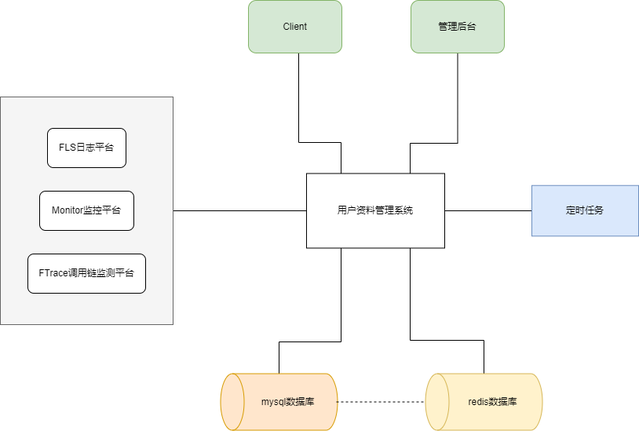
The draw.io diagram Mini项目-系统架构.drawio.png in Sakura367/diagrams, before a commit. Source tidied: cells renumbered, new cells last; positions are measured from the earlier drawing's top-left corner, leaving out a move shared by most shapes.
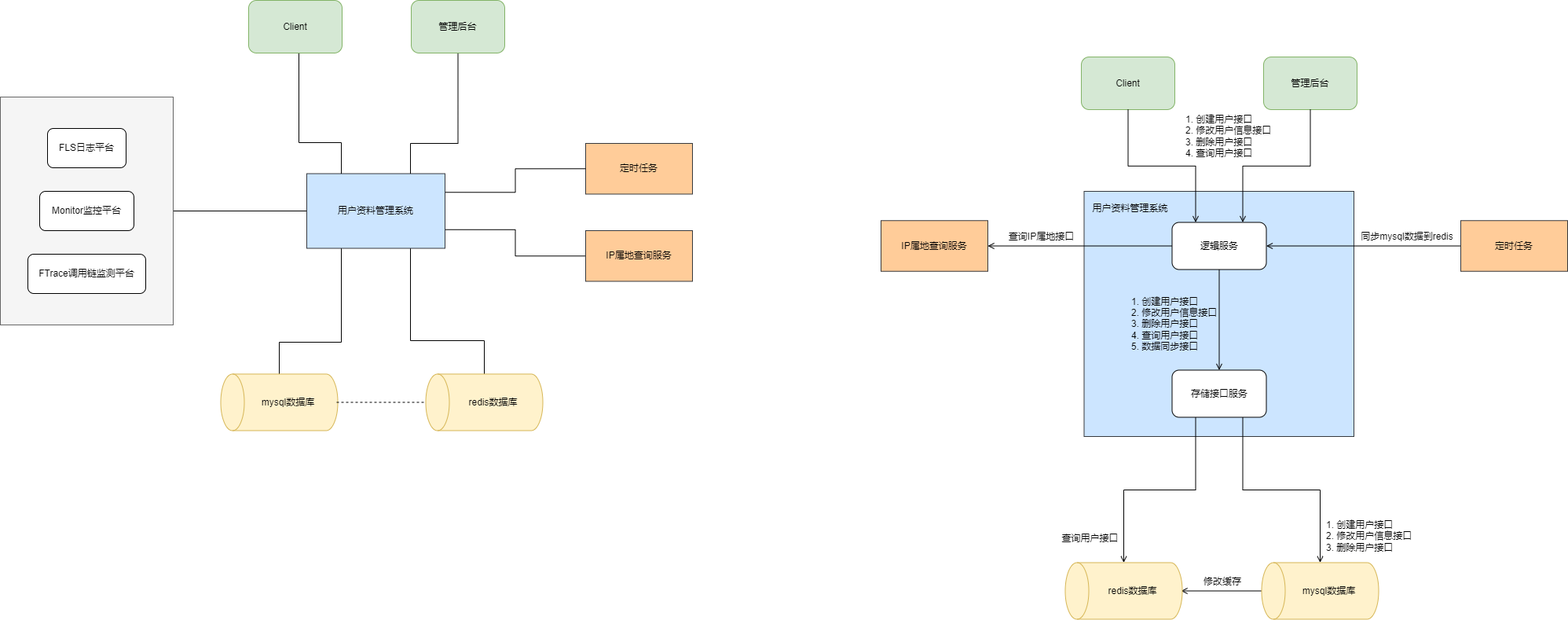
Later version of the same file.

Commit message:
更新Mini项目-系统架构.drawio.png

Change to the diagram source:
```diff
@@ -2,11 +2,11 @@
   <root>
     <mxCell id="0" />
     <mxCell id="1" parent="0" />
-    <mxCell id="2" style="edgeStyle=orthogonalEdgeStyle;rounded=0;jettySize=auto;html=1;exitX=0;exitY=0.5;exitDx=0;exitDy=0;endArrow=none;endFill=0;" parent="1" edge="1" source="3" target="7">
-      <mxGeometry relative="1" as="geometry" />
-    </mxCell>
+    <mxCell id="21" style="rounded=0;whiteSpace=wrap;html=1;fillColor=#cce5ff;strokeColor=#36393d;" parent="1" vertex="1">
+      <mxGeometry x="1379.5" y="243" width="343.5" height="312" as="geometry" />
+    </mxCell>
-    <mxCell id="3" value="定时任务" style="rounded=0;whiteSpace=wrap;html=1;fillColor=#dae8fc;strokeColor=#6c8ebf;" parent="1" vertex="1">
-      <mxGeometry x="677" y="235.8" width="136" height="64.5" as="geometry" />
+    <mxCell id="3" value="定时任务" style="rounded=0;whiteSpace=wrap;html=1;fillColor=#ffcc99;strokeColor=#36393d;" parent="1" vertex="1">
+      <mxGeometry x="745" y="182" width="136" height="64.5" as="geometry" />
     </mxCell>
     <mxCell id="4" style="rounded=0;jettySize=auto;html=1;exitX=0;exitY=0.5;exitDx=0;exitDy=0;endArrow=none;endFill=0;" parent="1" edge="1" source="7" target="8">
       <mxGeometry relative="1" as="geometry" />
@@ -27,7 +27,13 @@
         </Array>
       </mxGeometry>
     </mxCell>
+    <mxCell id="22" style="edgeStyle=orthogonalEdgeStyle;rounded=0;jettySize=auto;html=1;exitX=1;exitY=0.25;exitDx=0;exitDy=0;entryX=0;entryY=0.5;entryDx=0;entryDy=0;startArrow=none;startFill=0;endArrow=none;endFill=0;" parent="1" edge="1" source="7" target="3">
+      <mxGeometry relative="1" as="geometry" />
+    </mxCell>
+    <mxCell id="23" style="edgeStyle=orthogonalEdgeStyle;rounded=0;jettySize=auto;html=1;exitX=1;exitY=0.75;exitDx=0;exitDy=0;startArrow=none;startFill=0;endArrow=none;endFill=0;" parent="1" edge="1" source="7" target="40">
+      <mxGeometry relative="1" as="geometry" />
+    </mxCell>
-    <mxCell id="7" value="用户资料管理系统" style="rounded=0;whiteSpace=wrap;html=1;" parent="1" vertex="1">
+    <mxCell id="7" value="用户资料管理系统" style="rounded=0;whiteSpace=wrap;html=1;fillColor=#cce5ff;strokeColor=#36393d;" parent="1" vertex="1">
       <mxGeometry x="390" y="220.5" width="176" height="95" as="geometry" />
     </mxCell>
     <mxCell id="8" style="rounded=0;whiteSpace=wrap;html=1;fillColor=#f5f5f5;fontColor=#333333;strokeColor=#666666;" parent="1" vertex="1">
@@ -53,7 +59,7 @@
     <mxCell id="13" value="Client" style="rounded=1;whiteSpace=wrap;html=1;fillColor=#d5e8d4;strokeColor=#82b366;" parent="1" vertex="1">
       <mxGeometry x="316" width="119" height="67" as="geometry" />
     </mxCell>
-    <mxCell id="14" style="shape=cylinder3;whiteSpace=wrap;html=1;boundedLbl=1;backgroundOutline=1;size=15;rotation=-90;align=left;fillColor=#ffe6cc;strokeColor=#d79b00;" parent="1" vertex="1">
+    <mxCell id="14" style="shape=cylinder3;whiteSpace=wrap;html=1;boundedLbl=1;backgroundOutline=1;size=15;rotation=-90;align=left;fillColor=#fff2cc;strokeColor=#d6b656;" parent="1" vertex="1">
       <mxGeometry x="319" y="437" width="72" height="149" as="geometry" />
     </mxCell>
     <mxCell id="15" style="edgeStyle=orthogonalEdgeStyle;rounded=0;jettySize=auto;html=1;exitX=1;exitY=0.5;exitDx=0;exitDy=0;entryX=0.5;entryY=0;entryDx=0;entryDy=0;entryPerimeter=0;endArrow=none;endFill=0;dashed=1;" parent="1" edge="1" source="16" target="17">
@@ -79,5 +85,86 @@
     <mxCell id="20" value="管理后台" style="rounded=1;whiteSpace=wrap;html=1;fillColor=#d5e8d4;strokeColor=#82b366;" parent="1" vertex="1">
       <mxGeometry x="523" width="119" height="67" as="geometry" />
     </mxCell>
+    <mxCell id="24" value="Client" style="rounded=1;whiteSpace=wrap;html=1;fillColor=#d5e8d4;strokeColor=#82b366;" parent="1" vertex="1">
+      <mxGeometry x="1376" y="72" width="119" height="67" as="geometry" />
+    </mxCell>
+    <mxCell id="25" style="edgeStyle=orthogonalEdgeStyle;rounded=0;jettySize=auto;html=1;exitX=0.5;exitY=0;exitDx=0;exitDy=0;exitPerimeter=0;entryX=1;entryY=0.5;entryDx=0;entryDy=0;startArrow=none;startFill=0;endArrow=open;endFill=0;" parent="1" edge="1" source="26" target="29">
+      <mxGeometry relative="1" as="geometry" />
+    </mxCell>
+    <mxCell id="26" style="shape=cylinder3;whiteSpace=wrap;html=1;boundedLbl=1;backgroundOutline=1;size=15;rotation=-90;align=left;fillColor=#fff2cc;strokeColor=#d6b656;" parent="1" vertex="1">
+      <mxGeometry x="1644" y="677" width="72" height="149" as="geometry" />
+    </mxCell>
+    <mxCell id="27" value="mysql数据库" style="text;html=1;strokeColor=none;fillColor=none;align=center;verticalAlign=middle;whiteSpace=wrap;rounded=0;" parent="1" vertex="1">
+      <mxGeometry x="1630" y="732.5" width="123" height="38" as="geometry" />
+    </mxCell>
+    <mxCell id="28" style="shape=cylinder3;whiteSpace=wrap;html=1;boundedLbl=1;backgroundOutline=1;size=15;rotation=-90;align=left;fillColor=#fff2cc;strokeColor=#d6b656;" parent="1" vertex="1">
+      <mxGeometry x="1394" y="677" width="72" height="149" as="geometry" />
+    </mxCell>
+    <mxCell id="29" value="redis数据库" style="text;html=1;strokeColor=none;fillColor=none;align=center;verticalAlign=middle;whiteSpace=wrap;rounded=0;" parent="1" vertex="1">
+      <mxGeometry x="1380" y="732.5" width="123" height="38" as="geometry" />
+    </mxCell>
+    <mxCell id="30" value="管理后台" style="rounded=1;whiteSpace=wrap;html=1;fillColor=#d5e8d4;strokeColor=#82b366;" parent="1" vertex="1">
+      <mxGeometry x="1608" y="72" width="119" height="67" as="geometry" />
+    </mxCell>
+    <mxCell id="31" style="edgeStyle=orthogonalEdgeStyle;rounded=0;jettySize=auto;html=1;exitX=0.75;exitY=0;exitDx=0;exitDy=0;entryX=0.5;entryY=1;entryDx=0;entryDy=0;startArrow=open;startFill=0;endArrow=none;endFill=0;" parent="1" edge="1" source="35" target="30">
+      <mxGeometry relative="1" as="geometry" />
+    </mxCell>
+    <mxCell id="32" style="edgeStyle=orthogonalEdgeStyle;rounded=0;jettySize=auto;html=1;exitX=0.25;exitY=0;exitDx=0;exitDy=0;startArrow=open;startFill=0;endArrow=none;endFill=0;" parent="1" edge="1" source="35" target="24">
+      <mxGeometry relative="1" as="geometry" />
+    </mxCell>
+    <mxCell id="33" style="edgeStyle=orthogonalEdgeStyle;rounded=0;jettySize=auto;html=1;exitX=0.5;exitY=1;exitDx=0;exitDy=0;startArrow=none;startFill=0;endArrow=open;endFill=0;" parent="1" edge="1" source="35" target="38">
+      <mxGeometry relative="1" as="geometry" />
+    </mxCell>
+    <mxCell id="34" style="edgeStyle=orthogonalEdgeStyle;rounded=0;jettySize=auto;html=1;exitX=0;exitY=0.5;exitDx=0;exitDy=0;entryX=1;entryY=0.5;entryDx=0;entryDy=0;fontColor=#000000;startArrow=none;startFill=0;endArrow=open;endFill=0;" parent="1" edge="1" source="35" target="47">
+      <mxGeometry relative="1" as="geometry" />
+    </mxCell>
+    <mxCell id="35" value="逻辑服务&lt;span style=&quot;color: rgba(0, 0, 0, 0); font-family: monospace; font-size: 0px; text-align: start;&quot;&gt;%3CmxGraphModel%3E%3Croot%3E%3CmxCell%20id%3D%220%22%2F%3E%3CmxCell%20id%3D%221%22%20parent%3D%220%22%2F%3E%3CmxCell%20id%3D%222%22%20style%3D%22edgeStyle%3DorthogonalEdgeStyle%3Brounded%3D0%3BorthogonalLoop%3D1%3BjettySize%3Dauto%3Bhtml%3D1%3BexitX%3D0%3BexitY%3D0.5%3BexitDx%3D0%3BexitDy%3D0%3BendArrow%3Dnone%3BendFill%3D0%3B%22%20edge%3D%221%22%20source%3D%223%22%20target%3D%227%22%20parent%3D%221%22%3E%3CmxGeometry%20relative%3D%221%22%20as%3D%22geometry%22%2F%3E%3C%2FmxCell%3E%3CmxCell%20id%3D%223%22%20value%3D%22%E5%AE%9A%E6%97%B6%E4%BB%BB%E5%8A%A1%22%20style%3D%22rounded%3D0%3BwhiteSpace%3Dwrap%3Bhtml%3D1%3BfillColor%3D%23dae8fc%3BstrokeColor%3D%236c8ebf%3B%22%20vertex%3D%221%22%20parent%3D%221%22%3E%3CmxGeometry%20x%3D%22777%22%20y%3D%22342.75%22%20width%3D%22136%22%20height%3D%2264.5%22%20as%3D%22geometry%22%2F%3E%3C%2FmxCell%3E%3CmxCell%20id%3D%224%22%20style%3D%22rounded%3D0%3BorthogonalLoop%3D1%3BjettySize%3Dauto%3Bhtml%3D1%3BexitX%3D0%3BexitY%3D0.5%3BexitDx%3D0%3BexitDy%3D0%3BendArrow%3Dnone%3BendFill%3D0%3B%22%20edge%3D%221%22%20source%3D%227%22%20target%3D%228%22%20parent%3D%221%22%3E%3CmxGeometry%20relative%3D%221%22%20as%3D%22geometry%22%2F%3E%3C%2FmxCell%3E%3CmxCell%20id%3D%225%22%20style%3D%22edgeStyle%3DorthogonalEdgeStyle%3Brounded%3D0%3BorthogonalLoop%3D1%3BjettySize%3Dauto%3Bhtml%3D1%3BexitX%3D0.75%3BexitY%3D1%3BexitDx%3D0%3BexitDy%3D0%3BentryX%3D1%3BentryY%3D0.5%3BentryDx%3D0%3BentryDy%3D0%3BentryPerimeter%3D0%3BendArrow%3Dnone%3BendFill%3D0%3B%22%20edge%3D%221%22%20source%3D%227%22%20target%3D%2217%22%20parent%3D%221%22%3E%3CmxGeometry%20relative%3D%221%22%20as%3D%22geometry%22%3E%3CArray%20as%3D%22points%22%3E%3CmxPoint%20x%3D%22622%22%20y%3D%22540%22%2F%3E%3CmxPoint%20x%3D%22716%22%20y%3D%22540%22%2F%3E%3C%2FArray%3E%3C%2FmxGeometry%3E%3C%2FmxCell%3E%3CmxCell%20id%3D%226%22%20style%3D%22edgeStyle%3DorthogonalEdgeStyle%3Brounded%3D0%3BorthogonalLoop%3D1%3BjettySize%3Dauto%3Bhtml%3D1%3BexitX%3D0.25%3BexitY%3D1%3BexitDx%3D0%3BexitDy%3D0%3BendArrow%3Dnone%3BendFill%3D0%3B%22%20edge%3D%221%22%20source%3D%227%22%20target%3D%2214%22%20parent%3D%221%22%3E%3CmxGeometry%20relative%3D%221%22%20as%3D%22geometry%22%3E%3CArray%20as%3D%22points%22%3E%3CmxPoint%20x%3D%22534%22%20y%3D%22542%22%2F%3E%3CmxPoint%20x%3D%22455%22%20y%3D%22542%22%2F%3E%3C%2FArray%3E%3C%2FmxGeometry%3E%3C%2FmxCell%3E%3CmxCell%20id%3D%227%22%20value%3D%22%E7%94%A8%E6%88%B7%E8%B5%84%E6%96%99%E7%AE%A1%E7%90%86%E7%B3%BB%E7%BB%9F%22%20style%3D%22rounded%3D0%3BwhiteSpace%3Dwrap%3Bhtml%3D1%3B%22%20vertex%3D%221%22%20parent%3D%221%22%3E%3CmxGeometry%20x%3D%22490%22%20y%3D%22327.5%22%20width%3D%22176%22%20height%3D%2295%22%20as%3D%22geometry%22%2F%3E%3C%2FmxCell%3E%3CmxCell%20id%3D%228%22%20value%3D%22%22%20style%3D%22rounded%3D0%3BwhiteSpace%3Dwrap%3Bhtml%3D1%3BfillColor%3D%23f5f5f5%3BfontColor%3D%23333333%3BstrokeColor%3D%23666666%3B%22%20vertex%3D%221%22%20parent%3D%221%22%3E%3CmxGeometry%20x%3D%22100%22%20y%3D%22230%22%20width%3D%22220%22%20height%3D%22290%22%20as%3D%22geometry%22%2F%3E%3C%2FmxCell%3E%3CmxCell%20id%3D%229%22%20value%3D%22FLS%E6%97%A5%E5%BF%97%E5%B9%B3%E5%8F%B0%22%20style%3D%22rounded%3D1%3BwhiteSpace%3Dwrap%3Bhtml%3D1%3B%22%20vertex%3D%221%22%20parent%3D%221%22%3E%3CmxGeometry%20x%3D%22160%22%20y%3D%22270%22%20width%3D%22100%22%20height%3D%2250%22%20as%3D%22geometry%22%2F%3E%3C%2FmxCell%3E%3CmxCell%20id%3D%2210%22%20value%3D%22Monitor%E7%9B%91%E6%8E%A7%E5%B9%B3%E5%8F%B0%22%20style%3D%22rounded%3D1%3BwhiteSpace%3Dwrap%3Bhtml%3D1%3B%22%20vertex%3D%221%22%20parent%3D%221%22%3E%3CmxGeometry%20x%3D%22150%22%20y%3D%22350%22%20width%3D%22120%22%20height%3D%2250%22%20as%3D%22geometry%22%2F%3E%3C%2FmxCell%3E%3CmxCell%20id%3D%2211%22%20value%3D%22FTrace%E8%B0%83%E7%94%A8%E9%93%BE%E7%9B%91%E6%B5%8B%E5%B9%B3%E5%8F%B0%22%20style%3D%22rounded%3D1%3BwhiteSpace%3Dwrap%3Bhtml%3D1%3B%22%20vertex%3D%221%22%20parent%3D%221%22%3E%3CmxGeometry%20x%3D%22135%22%20y%3D%22430%22%20width%3D%22150%22%20height%3D%2250%22%20as%3D%22geometry%22%2F%3E%3C%2FmxCell%3E%3CmxCell%20id%3D%2212%22%20style%3D%22edgeStyle%3DorthogonalEdgeStyle%3Brounded%3D0%3BorthogonalLoop%3D1%3BjettySize%3Dauto%3Bhtml%3D1%3BexitX%3D0.5%3BexitY%3D1%3BexitDx%3D0%3BexitDy%3D0%3BentryX%3D0.25%3BentryY%3D0%3BentryDx%3D0%3BentryDy%3D0%3BendArrow%3Dnone%3BendFill%3D0%3B%22%20edge%3D%221%22%20source%3D%2213%22%20target%3D%227%22%20parent%3D%221%22%3E%3CmxGeometry%20relative%3D%221%22%20as%3D%22geometry%22%3E%3CArray%20as%3D%22points%22%3E%3CmxPoint%20x%3D%22480%22%20y%3D%22288%22%2F%3E%3CmxPoint%20x%3D%22534%22%20y%3D%22288%22%2F%3E%3C%2FArray%3E%3C%2FmxGeometry%3E%3C%2FmxCell%3E%3CmxCell%20id%3D%2213%22%20value%3D%22Client%22%20style%3D%22rounded%3D1%3BwhiteSpace%3Dwrap%3Bhtml%3D1%3BfillColor%3D%23d5e8d4%3BstrokeColor%3D%2382b366%3B%22%20vertex%3D%221%22%20parent%3D%221%22%3E%3CmxGeometry%20x%3D%22416%22%20y%3D%22107%22%20width%3D%22119%22%20height%3D%2267%22%20as%3D%22geometry%22%2F%3E%3C%2FmxCell%3E%3CmxCell%20id%3D%2214%22%20value%3D%22%22%20style%3D%22shape%3Dcylinder3%3BwhiteSpace%3Dwrap%3Bhtml%3D1%3BboundedLbl%3D1%3BbackgroundOutline%3D1%3Bsize%3D15%3Brotation%3D-90%3Balign%3Dleft%3BfillColor%3D%23ffe6cc%3BstrokeColor%3D%23d79b00%3B%22%20vertex%3D%221%22%20parent%3D%221%22%3E%3CmxGeometry%20x%3D%22419%22%20y%3D%22544%22%20width%3D%2272%22%20height%3D%22149%22%20as%3D%22geometry%22%2F%3E%3C%2FmxCell%3E%3CmxCell%20id%3D%2215%22%20style%3D%22edgeStyle%3DorthogonalEdgeStyle%3Brounded%3D0%3BorthogonalLoop%3D1%3BjettySize%3Dauto%3Bhtml%3D1%3BexitX%3D1%3BexitY%3D0.5%3BexitDx%3D0%3BexitDy%3D0%3BentryX%3D0.5%3BentryY%3D0%3BentryDx%3D0%3BentryDy%3D0%3BentryPerimeter%3D0%3BendArrow%3Dnone%3BendFill%3D0%3Bdashed%3D1%3B%22%20edge%3D%221%22%20source%3D%2216%22%20target%3D%2217%22%20parent%3D%221%22%3E%3CmxGeometry%20relative%3D%221%22%20as%3D%22geometry%22%2F%3E%3C%2FmxCell%3E%3CmxCell%20id%3D%2216%22%20value%3D%22mysql%E6%95%B0%E6%8D%AE%E5%BA%93%22%20style%3D%22text%3Bhtml%3D1%3BstrokeColor%3Dnone%3BfillColor%3Dnone%3Balign%3Dcenter%3BverticalAlign%3Dmiddle%3BwhiteSpace%3Dwrap%3Brounded%3D0%3B%22%20vertex%3D%221%22%20parent%3D%221%22%3E%3CmxGeometry%20x%3D%22405%22%20y%3D%22599.5%22%20width%3D%22123%22%20height%3D%2238%22%20as%3D%22geometry%22%2F%3E%3C%2FmxCell%3E%3CmxCell%20id%3D%2217%22%20value%3D%22%22%20style%3D%22shape%3Dcylinder3%3BwhiteSpace%3Dwrap%3Bhtml%3D1%3BboundedLbl%3D1%3BbackgroundOutline%3D1%3Bsize%3D15%3Brotation%3D-90%3Balign%3Dleft%3BfillColor%3D%23fff2cc%3BstrokeColor%3D%23d6b656%3B%22%20vertex%3D%221%22%20parent%3D%221%22%3E%3CmxGeometry%20x%3D%22680%22%20y%3D%22544%22%20width%3D%2272%22%20height%3D%22149%22%20as%3D%22geometry%22%2F%3E%3C%2FmxCell%3E%3CmxCell%20id%3D%2218%22%20value%3D%22redis%E6%95%B0%E6%8D%AE%E5%BA%93%22%20style%3D%22text%3Bhtml%3D1%3BstrokeColor%3Dnone%3BfillColor%3Dnone%3Balign%3Dcenter%3BverticalAlign%3Dmiddle%3BwhiteSpace%3Dwrap%3Brounded%3D0%3B%22%20vertex%3D%221%22%20parent%3D%221%22%3E%3CmxGeometry%20x%3D%22666%22%20y%3D%22599.5%22%20width%3D%22123%22%20height%3D%2238%22%20as%3D%22geometry%22%2F%3E%3C%2FmxCell%3E%3CmxCell%20id%3D%2219%22%20style%3D%22edgeStyle%3DorthogonalEdgeStyle%3Brounded%3D0%3BorthogonalLoop%3D1%3BjettySize%3Dauto%3Bhtml%3D1%3BexitX%3D0.5%3BexitY%3D1%3BexitDx%3D0%3BexitDy%3D0%3BentryX%3D0.75%3BentryY%3D0%3BentryDx%3D0%3BentryDy%3D0%3BendArrow%3Dnone%3BendFill%3D0%3B%22%20edge%3D%221%22%20source%3D%2220%22%20target%3D%227%22%20parent%3D%221%22%3E%3CmxGeometry%20relative%3D%221%22%20as%3D%22geometry%22%3E%3CArray%20as%3D%22points%22%3E%3CmxPoint%20x%3D%22683%22%20y%3D%22289%22%2F%3E%3CmxPoint%20x%3D%22622%22%20y%3D%22289%22%2F%3E%3C%2FArray%3E%3C%2FmxGeometry%3E%3C%2FmxCell%3E%3CmxCell%20id%3D%2220%22%20value%3D%22%E7%AE%A1%E7%90%86%E5%90%8E%E5%8F%B0%22%20style%3D%22rounded%3D1%3BwhiteSpace%3Dwrap%3Bhtml%3D1%3BfillColor%3D%23d5e8d4%3BstrokeColor%3D%2382b366%3B%22%20vertex%3D%221%22%20parent%3D%221%22%3E%3CmxGeometry%20x%3D%22623%22%20y%3D%22107%22%20width%3D%22119%22%20height%3D%2267%22%20as%3D%22geometry%22%2F%3E%3C%2FmxCell%3E%3C%2Froot%3E%3C%2FmxGraphModel%3E&lt;/span&gt;" style="rounded=1;whiteSpace=wrap;html=1;" parent="1" vertex="1">
+      <mxGeometry x="1491.5" y="282.5" width="120" height="60" as="geometry" />
+    </mxCell>
+    <mxCell id="36" style="edgeStyle=orthogonalEdgeStyle;rounded=0;jettySize=auto;html=1;exitX=0.25;exitY=1;exitDx=0;exitDy=0;fontColor=#000000;startArrow=none;startFill=0;endArrow=open;endFill=0;" parent="1" edge="1" source="38" target="28">
+      <mxGeometry relative="1" as="geometry" />
+    </mxCell>
+    <mxCell id="37" style="edgeStyle=orthogonalEdgeStyle;rounded=0;jettySize=auto;html=1;exitX=0.75;exitY=1;exitDx=0;exitDy=0;fontColor=#000000;startArrow=none;startFill=0;endArrow=open;endFill=0;" parent="1" edge="1" source="38" target="26">
+      <mxGeometry relative="1" as="geometry" />
+    </mxCell>
+    <mxCell id="38" value="存储接口服务" style="rounded=1;whiteSpace=wrap;html=1;" parent="1" vertex="1">
+      <mxGeometry x="1491.5" y="470.5" width="120" height="60" as="geometry" />
+    </mxCell>
+    <mxCell id="39" value="用户资料管理系统" style="text;html=1;strokeColor=none;fillColor=none;align=center;verticalAlign=middle;whiteSpace=wrap;rounded=0;" parent="1" vertex="1">
+      <mxGeometry x="1362" y="246.5" width="153" height="36" as="geometry" />
+    </mxCell>
+    <mxCell id="40" value="&lt;font color=&quot;#000000&quot;&gt;IP属地查询服务&lt;/font&gt;" style="rounded=0;whiteSpace=wrap;html=1;fillColor=#ffcc99;strokeColor=#36393d;" parent="1" vertex="1">
+      <mxGeometry x="745" y="293" width="136" height="64.5" as="geometry" />
+    </mxCell>
+    <mxCell id="41" value="1. 创建用户接口&lt;br&gt;2. 修改用户信息接口&lt;br&gt;3. 删除用户接口&lt;br&gt;&lt;div style=&quot;&quot;&gt;&lt;span style=&quot;background-color: initial;&quot;&gt;4. 查询用户接口&lt;/span&gt;&lt;/div&gt;" style="text;html=1;strokeColor=none;fillColor=none;align=left;verticalAlign=middle;whiteSpace=wrap;rounded=0;" parent="1" vertex="1">
+      <mxGeometry x="1507" y="132" width="164" height="81" as="geometry" />
+    </mxCell>
+    <mxCell id="42" value="查询用户接口" style="text;html=1;strokeColor=none;fillColor=none;align=center;verticalAlign=middle;whiteSpace=wrap;rounded=0;" parent="1" vertex="1">
+      <mxGeometry x="1332" y="660" width="111" height="49.5" as="geometry" />
+    </mxCell>
+    <mxCell id="43" value="1. 创建用户接口&lt;br&gt;2. 修改用户信息接口&lt;br&gt;3. 删除用户接口&lt;br&gt;&lt;div style=&quot;&quot;&gt;&lt;span style=&quot;background-color: initial;&quot;&gt;4. 查询用户接口&lt;/span&gt;&lt;/div&gt;&lt;div style=&quot;&quot;&gt;&lt;span style=&quot;background-color: initial;&quot;&gt;5. 数据同步接口&lt;/span&gt;&lt;/div&gt;" style="text;html=1;strokeColor=none;fillColor=none;align=left;verticalAlign=middle;whiteSpace=wrap;rounded=0;" parent="1" vertex="1">
+      <mxGeometry x="1438" y="371" width="164" height="81" as="geometry" />
+    </mxCell>
+    <mxCell id="44" value="1. 创建用户接口&lt;br&gt;2. 修改用户信息接口&lt;br&gt;3. 删除用户接口" style="text;html=1;strokeColor=none;fillColor=none;align=left;verticalAlign=middle;whiteSpace=wrap;rounded=0;" parent="1" vertex="1">
+      <mxGeometry x="1686" y="641" width="164" height="81" as="geometry" />
+    </mxCell>
+    <mxCell id="45" style="edgeStyle=orthogonalEdgeStyle;rounded=0;jettySize=auto;html=1;exitX=0;exitY=0.5;exitDx=0;exitDy=0;fontColor=#000000;startArrow=none;startFill=0;endArrow=open;endFill=0;" parent="1" edge="1" source="46" target="35">
+      <mxGeometry relative="1" as="geometry" />
+    </mxCell>
+    <mxCell id="46" value="定时任务" style="rounded=0;whiteSpace=wrap;html=1;fillColor=#ffcc99;strokeColor=#36393d;" parent="1" vertex="1">
+      <mxGeometry x="1859" y="280.2" width="136" height="64.5" as="geometry" />
+    </mxCell>
+    <mxCell id="47" value="&lt;font color=&quot;#000000&quot;&gt;IP属地查询服务&lt;/font&gt;" style="rounded=0;whiteSpace=wrap;html=1;fillColor=#ffcc99;strokeColor=#36393d;" parent="1" vertex="1">
+      <mxGeometry x="1121" y="280.2" width="136" height="64.5" as="geometry" />
+    </mxCell>
+    <mxCell id="48" value="查询IP属地接口" style="text;html=1;strokeColor=none;fillColor=none;align=center;verticalAlign=middle;whiteSpace=wrap;rounded=0;" parent="1" vertex="1">
+      <mxGeometry x="1266" y="277" width="119" height="48" as="geometry" />
+    </mxCell>
+    <mxCell id="49" value="同步mysql数据到redis" style="text;html=1;strokeColor=none;fillColor=none;align=center;verticalAlign=middle;whiteSpace=wrap;rounded=0;" parent="1" vertex="1">
+      <mxGeometry x="1713" y="277" width="156" height="48" as="geometry" />
+    </mxCell>
+    <mxCell id="50" value="修改缓存" style="text;html=1;strokeColor=none;fillColor=none;align=center;verticalAlign=middle;whiteSpace=wrap;rounded=0;fontColor=#000000;" parent="1" vertex="1">
+      <mxGeometry x="1526" y="725" width="60" height="30" as="geometry" />
+    </mxCell>
   </root>
 </mxGraphModel>
```
